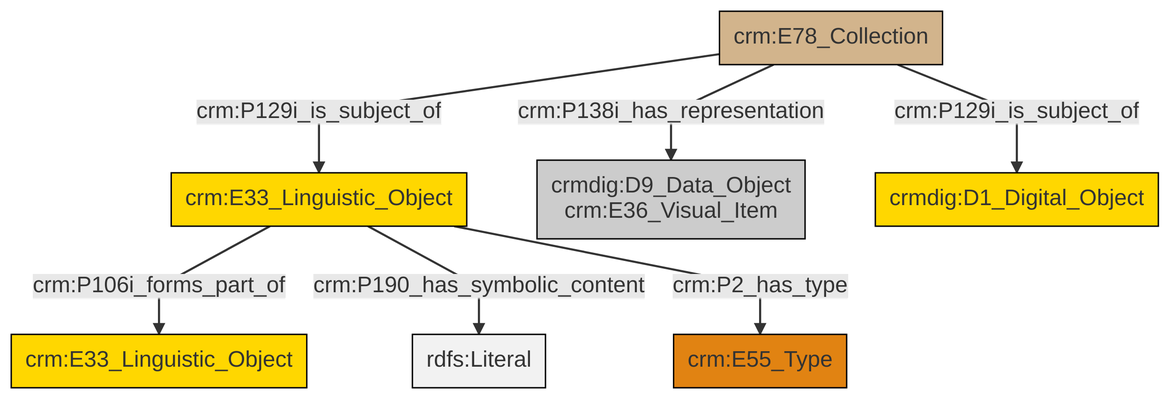
The Mermaid diagram et/archivalCSV/ttl/mmd/png/archival_docs.png in swiss-art-research-net/docs.swissartresearch, before a commit. Its source is kept beside it as et/archivalCSV/ttl/mmd/archival_docs.ttl.mmd.
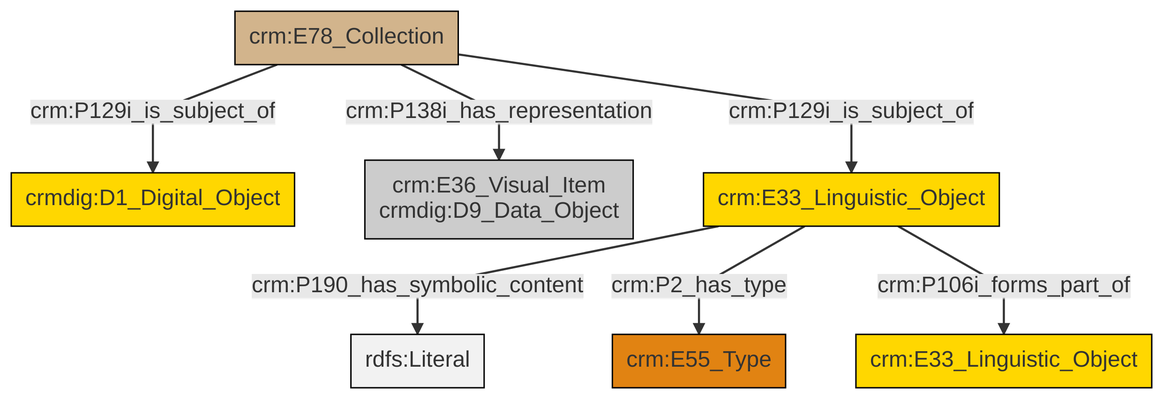
After the change.

Change to the diagram source:
```diff
@@ -13,9 +13,9 @@
 classDef PC_Classes fill:#4ce600, stroke:#000000;
 classDef Multi fill:#cccccc,stroke:#000000;
 
-0["crm:E78_Collection"]:::Physical_Thing -->|crm:P129i_is_subject_of| 1["crm:E33_Linguistic_Object"]:::Conceptual_Object
-1["crm:E33_Linguistic_Object"]:::Conceptual_Object -->|crm:P106i_forms_part_of| 4["crm:E33_Linguistic_Object"]:::Conceptual_Object
-0["crm:E78_Collection"]:::Physical_Thing -->|crm:P129i_is_subject_of| 10["crmdig:D1_Digital_Object"]:::Conceptual_Object
-0["crm:E78_Collection"]:::Physical_Thing -->|crm:P138i_has_representation| 2["crmdig:D9_Data_Object<br>crm:E36_Visual_Item"]:::Multi
-1["crm:E33_Linguistic_Object"]:::Conceptual_Object -->|crm:P190_has_symbolic_content| 14[rdfs:Literal]:::Literal
-1["crm:E33_Linguistic_Object"]:::Conceptual_Object -->|crm:P2_has_type| 8["crm:E55_Type"]:::Type
+2["crm:E78_Collection"]:::Physical_Thing -->|crm:P138i_has_representation| 3["crm:E36_Visual_Item<br>crmdig:D9_Data_Object"]:::Multi
+4["crm:E33_Linguistic_Object"]:::Conceptual_Object -->|crm:P190_has_symbolic_content| 5[rdfs:Literal]:::Literal
+2["crm:E78_Collection"]:::Physical_Thing -->|crm:P129i_is_subject_of| 0["crmdig:D1_Digital_Object"]:::Conceptual_Object
+2["crm:E78_Collection"]:::Physical_Thing -->|crm:P129i_is_subject_of| 4["crm:E33_Linguistic_Object"]:::Conceptual_Object
+4["crm:E33_Linguistic_Object"]:::Conceptual_Object -->|crm:P2_has_type| 8["crm:E55_Type"]:::Type
+4["crm:E33_Linguistic_Object"]:::Conceptual_Object -->|crm:P106i_forms_part_of| 11["crm:E33_Linguistic_Object"]:::Conceptual_Object
```
